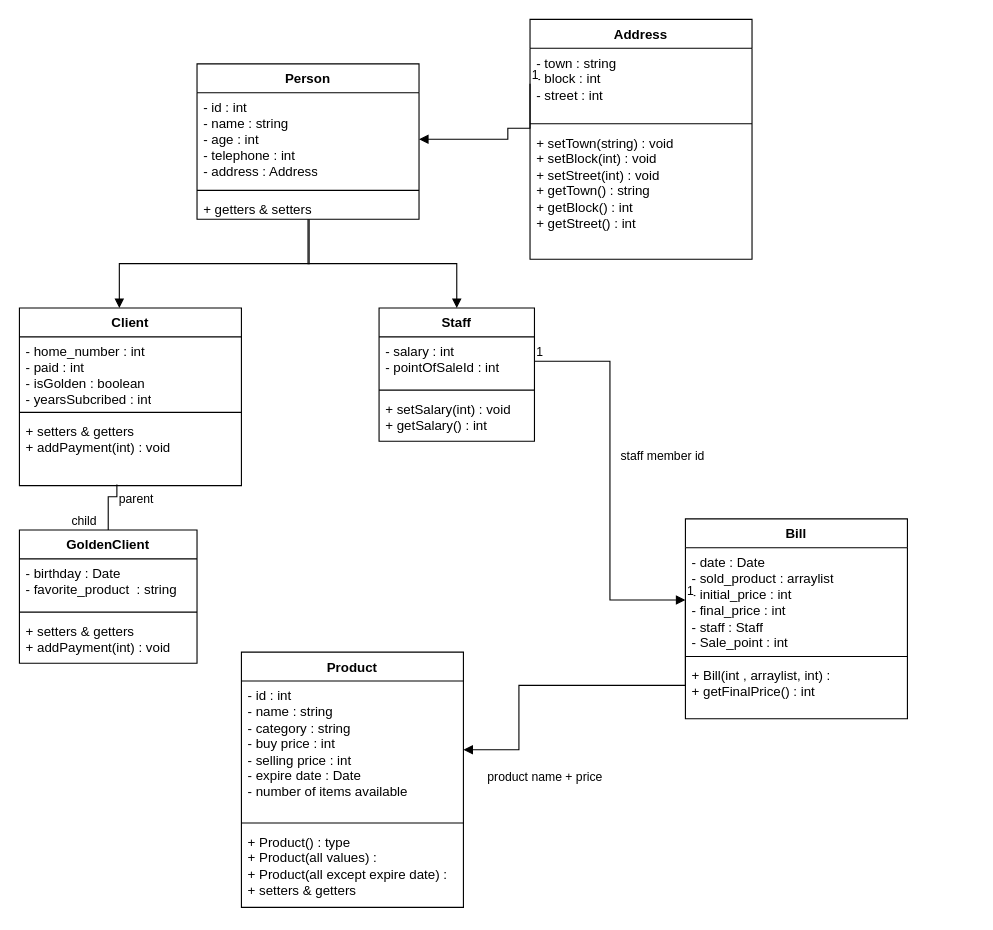
The draw.io diagram UML/supermarket-uml.drawio in DiaaAhmedHassan/SuperMarketSystem, before the edit. Source tidied: cells renumbered, new cells numbered last; positions are measured from the earlier drawing's top-left corner, leaving out a move shared by most shapes. Both pictures are drawn from the tidied source at 111%, with x=0, y=0 at pixel (19, 19).
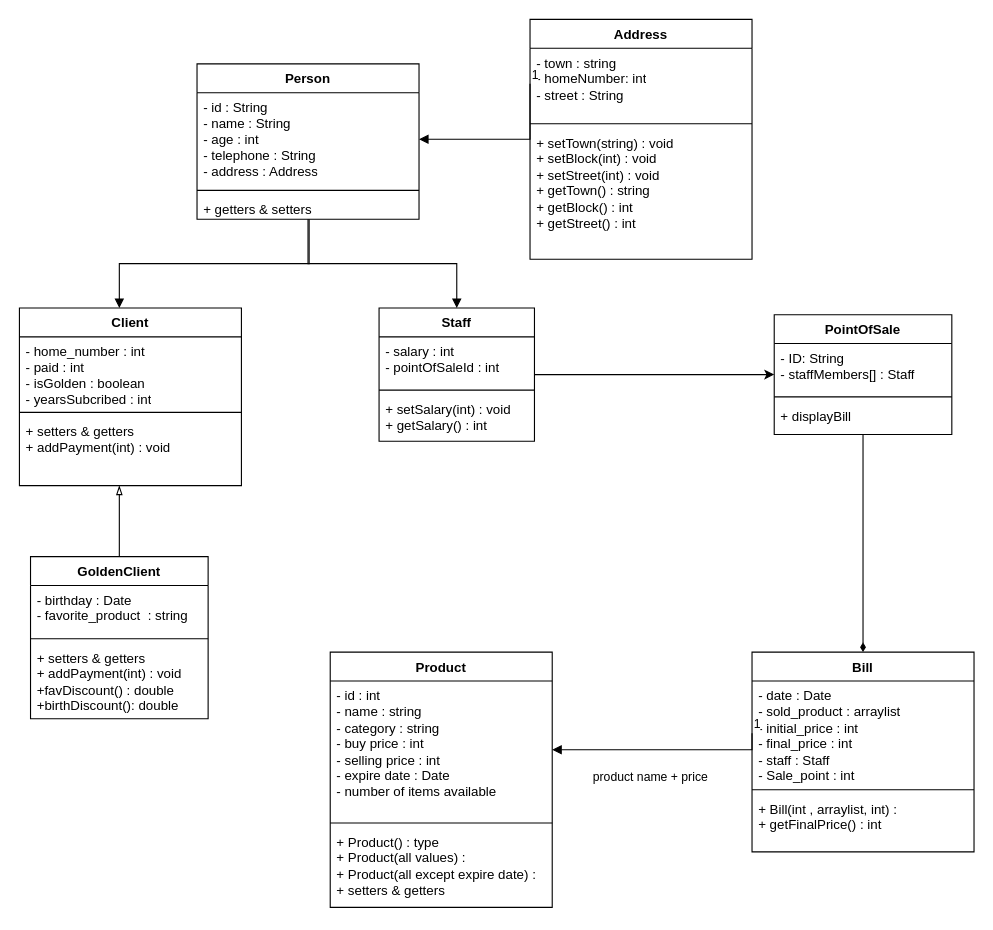
Above is the later version.

Commit message:
Update supermarket-uml by DIaa Ahmed.drawio

Unchanged cells that the change refers to:
```xml
<mxCell id="3" value="- id : int&lt;br&gt;- name : string&lt;br&gt;- category : string&lt;br&gt;- buy price : int&lt;br&gt;- selling price : int&lt;br&gt;- expire date : Date&lt;br&gt;- number of items available&amp;nbsp;" style="text;strokeColor=none;fillColor=none;align=left;verticalAlign=top;spacingLeft=4;spacingRight=4;overflow=hidden;points=[[0,0.5],[1,0.5]];portConstraint=eastwest;whiteSpace=wrap;html=1;" parent="2" vertex="1">
  <mxGeometry y="26" width="200" height="124" as="geometry" />
</mxCell>
<mxCell id="9" value="+ setters &amp;amp; getters&lt;br&gt;+ addPayment(int) : void" style="text;strokeColor=none;fillColor=none;align=left;verticalAlign=top;spacingLeft=4;spacingRight=4;overflow=hidden;points=[[0,0.5],[1,0.5]];portConstraint=eastwest;whiteSpace=wrap;html=1;" parent="6" vertex="1">
  <mxGeometry y="98" width="200" height="62" as="geometry" />
</mxCell>
<mxCell id="10" value="Address" style="swimlane;fontStyle=1;align=center;verticalAlign=top;horizontal=1;startSize=26;whiteSpace=wrap;html=1;" parent="1" vertex="1">
  <mxGeometry x="460" width="200" height="216" as="geometry" />
</mxCell>
<mxCell id="24" value="- date : Date&lt;br&gt;- sold_product : arraylist&lt;br&gt;- initial_price : int&lt;br&gt;- final_price : int&lt;br&gt;- staff : Staff&lt;br&gt;- Sale_point : int" style="text;strokeColor=none;fillColor=none;align=left;verticalAlign=top;spacingLeft=4;spacingRight=4;overflow=hidden;points=[[0,0.5],[1,0.5]];portConstraint=eastwest;whiteSpace=wrap;html=1;" parent="23" vertex="1">
  <mxGeometry y="26" width="200" height="94" as="geometry" />
</mxCell>
<mxCell id="27" value="Staff" style="swimlane;fontStyle=1;align=center;verticalAlign=top;horizontal=1;startSize=26;whiteSpace=wrap;html=1;" parent="1" vertex="1">
  <mxGeometry x="324" y="260" width="140" height="120" as="geometry" />
</mxCell>
<mxCell id="28" value="- salary : int&lt;br&gt;- pointOfSaleId : int" style="text;strokeColor=none;fillColor=none;align=left;verticalAlign=top;spacingLeft=4;spacingRight=4;overflow=hidden;points=[[0,0.5],[1,0.5]];portConstraint=eastwest;whiteSpace=wrap;html=1;" parent="27" vertex="1">
  <mxGeometry y="26" width="140" height="44" as="geometry" />
</mxCell>
<mxCell id="31" value="Person" style="swimlane;fontStyle=1;align=center;verticalAlign=top;horizontal=1;startSize=26;whiteSpace=wrap;html=1;" parent="1" vertex="1">
  <mxGeometry x="160" y="40" width="200" height="140" as="geometry" />
</mxCell>
```

Change to the diagram source:
```diff
@@
     <mxCell id="2" value="Product" style="swimlane;fontStyle=1;align=center;verticalAlign=top;horizontal=1;startSize=26;whiteSpace=wrap;html=1;" parent="1" vertex="1">
-      <mxGeometry x="200" y="570" width="200" height="230" as="geometry" />
+      <mxGeometry x="280" y="570" width="200" height="230" as="geometry" />
     </mxCell>
@@
-    <mxCell id="11" value="- town : string&lt;br&gt;- block : int&lt;br&gt;- street : int" style="text;strokeColor=none;fillColor=none;align=left;verticalAlign=top;spacingLeft=4;spacingRight=4;overflow=hidden;points=[[0,0.5],[1,0.5]];portConstraint=eastwest;whiteSpace=wrap;html=1;" parent="10" vertex="1">
+    <mxCell id="11" value="- town : string&lt;br&gt;- homeNumber: int&lt;br&gt;- street : String" style="text;strokeColor=none;fillColor=none;align=left;verticalAlign=top;spacingLeft=4;spacingRight=4;overflow=hidden;points=[[0,0.5],[1,0.5]];portConstraint=eastwest;whiteSpace=wrap;html=1;" parent="10" vertex="1">
       <mxGeometry y="26" width="200" height="64" as="geometry" />
     </mxCell>
@@
     <mxCell id="14" style="endArrow=block;endFill=1;html=1;edgeStyle=orthogonalEdgeStyle;align=left;verticalAlign=top;rounded=0;exitX=0;exitY=0.5;exitDx=0;exitDy=0;entryX=1;entryY=0.5;entryDx=0;entryDy=0;" parent="1" edge="1" source="11" target="32">
       <mxGeometry x="0.64" y="-18" relative="1" as="geometry">
         <Array as="points">
-          <mxPoint x="440" y="98" />
-          <mxPoint x="440" y="108" />
+          <mxPoint x="460" y="108" />
         </Array>
       </mxGeometry>
     </mxCell>
@@
     <mxCell id="16" value="GoldenClient" style="swimlane;fontStyle=1;align=center;verticalAlign=top;horizontal=1;startSize=26;whiteSpace=wrap;html=1;" parent="1" vertex="1">
-      <mxGeometry y="460" width="160" height="120" as="geometry" />
+      <mxGeometry x="10" y="484" width="160" height="146" as="geometry" />
     </mxCell>
@@
-    <mxCell id="19" value="+ setters &amp;amp; getters&lt;br&gt;+ addPayment(int) : void" style="text;strokeColor=none;fillColor=none;align=left;verticalAlign=top;spacingLeft=4;spacingRight=4;overflow=hidden;whiteSpace=wrap;html=1;" parent="16" vertex="1">
-      <mxGeometry y="78" width="160" height="42" as="geometry" />
+    <mxCell id="19" value="+ setters &amp;amp; getters&lt;br&gt;+ addPayment(int) : void&lt;br&gt;+favDiscount() : double&lt;br&gt;+birthDiscount(): double" style="text;strokeColor=none;fillColor=none;align=left;verticalAlign=top;spacingLeft=4;spacingRight=4;overflow=hidden;whiteSpace=wrap;html=1;" parent="16" vertex="1">
+      <mxGeometry y="78" width="160" height="68" as="geometry" />
     </mxCell>
-    <mxCell id="20" style="endArrow=none;html=1;edgeStyle=orthogonalEdgeStyle;rounded=0;exitX=0.439;exitY=0.985;exitDx=0;exitDy=0;exitPerimeter=0;entryX=0.5;entryY=0;entryDx=0;entryDy=0;" parent="1" edge="1" source="9" target="16">
+    <mxCell id="20" style="endArrow=blockThin;html=1;edgeStyle=orthogonalEdgeStyle;rounded=0;entryX=0.5;entryY=0;entryDx=0;entryDy=0;endFill=0;exitX=0.5;exitY=0;exitDx=0;exitDy=0;" parent="1" edge="1" source="16">
       <mxGeometry relative="1" as="geometry">
+        <mxPoint x="90" y="420" as="targetPoint" />
         <Array as="points">
-          <mxPoint x="88" y="430" />
-          <mxPoint x="80" y="430" />
+          <mxPoint x="90" y="419" />
         </Array>
       </mxGeometry>
     </mxCell>
-    <mxCell id="21" value="parent" style="edgeLabel;html=1;align=left;verticalAlign=bottom;" parent="20" vertex="1">
-      <mxGeometry x="-1" relative="1" as="geometry">
-        <mxPoint y="21" as="offset" />
-      </mxGeometry>
-    </mxCell>
-    <mxCell id="22" value="child" style="edgeLabel;html=1;align=right;verticalAlign=bottom;" parent="20" vertex="1">
-      <mxGeometry x="1" relative="1" as="geometry">
-        <mxPoint x="-10" as="offset" />
-      </mxGeometry>
-    </mxCell>
     <mxCell id="23" value="Bill" style="swimlane;fontStyle=1;align=center;verticalAlign=top;horizontal=1;startSize=26;whiteSpace=wrap;html=1;" parent="1" vertex="1">
-      <mxGeometry x="600" y="450" width="200" height="180" as="geometry" />
+      <mxGeometry x="660" y="570" width="200" height="180" as="geometry" />
     </mxCell>
@@
+    <mxCell id="41" style="edgeStyle=orthogonalEdgeStyle;rounded=0;jettySize=auto;html=1;entryX=0;entryY=0.636;entryDx=0;entryDy=0;entryPerimeter=0;" parent="1" edge="1" source="27" target="43">
+      <mxGeometry relative="1" as="geometry" />
+    </mxCell>
@@
-    <mxCell id="32" value="- id : int&lt;br&gt;- name : string&lt;br&gt;- age : int&lt;br&gt;- telephone : int&lt;br&gt;- address : Address" style="text;strokeColor=none;fillColor=none;align=left;verticalAlign=top;spacingLeft=4;spacingRight=4;overflow=hidden;points=[[0,0.5],[1,0.5]];portConstraint=eastwest;whiteSpace=wrap;html=1;" parent="31" vertex="1">
+    <mxCell id="32" value="- id : String&lt;br&gt;- name : String&lt;br&gt;- age : int&lt;br&gt;- telephone : String&lt;br&gt;- address : Address" style="text;strokeColor=none;fillColor=none;align=left;verticalAlign=top;spacingLeft=4;spacingRight=4;overflow=hidden;points=[[0,0.5],[1,0.5]];portConstraint=eastwest;whiteSpace=wrap;html=1;" parent="31" vertex="1">
       <mxGeometry y="26" width="200" height="84" as="geometry" />
     </mxCell>
@@
     <mxCell id="37" value="product name + price" style="endArrow=block;endFill=1;html=1;edgeStyle=orthogonalEdgeStyle;align=left;verticalAlign=top;rounded=0;entryX=1;entryY=0.5;entryDx=0;entryDy=0;exitX=0;exitY=0.5;exitDx=0;exitDy=0;" parent="1" edge="1" source="24" target="3">
-      <mxGeometry x="0.88" y="12" relative="1" as="geometry">
+      <mxGeometry x="0.63" y="12" relative="1" as="geometry">
         <Array as="points">
-          <mxPoint x="600" y="600" />
-          <mxPoint x="450" y="600" />
-          <mxPoint x="450" y="658" />
+          <mxPoint x="660" y="658" />
         </Array>
+        <mxPoint x="-1" as="offset" />
       </mxGeometry>
     </mxCell>
@@
-    <mxCell id="39" value="staff member id" style="endArrow=block;endFill=1;html=1;edgeStyle=orthogonalEdgeStyle;align=left;verticalAlign=top;rounded=0;exitX=1;exitY=0.5;exitDx=0;exitDy=0;entryX=0;entryY=0.5;entryDx=0;entryDy=0;" parent="1" edge="1" source="28" target="24">
-      <mxGeometry x="-0.2" y="8" relative="1" as="geometry" />
-    </mxCell>
-    <mxCell id="40" value="1" style="edgeLabel;html=1;align=left;verticalAlign=bottom;" parent="39" vertex="1">
-      <mxGeometry x="-1" relative="1" as="geometry" />
-    </mxCell>
+    <mxCell id="42" value="PointOfSale" style="swimlane;fontStyle=1;align=center;verticalAlign=top;horizontal=1;startSize=26;whiteSpace=wrap;html=1;" parent="1" vertex="1">
+      <mxGeometry x="680" y="266" width="160" height="108" as="geometry" />
+    </mxCell>
+    <mxCell id="43" value="- ID: String&lt;br&gt;- staffMembers[] : Staff" style="text;strokeColor=none;fillColor=none;align=left;verticalAlign=top;spacingLeft=4;spacingRight=4;overflow=hidden;points=[[0,0.5],[1,0.5]];portConstraint=eastwest;whiteSpace=wrap;html=1;" parent="42" vertex="1">
+      <mxGeometry y="26" width="160" height="44" as="geometry" />
+    </mxCell>
+    <mxCell id="44" style="line;strokeWidth=1;fillColor=none;align=left;verticalAlign=middle;spacingTop=-1;spacingLeft=3;spacingRight=3;labelPosition=right;strokeColor=inherit;" parent="42" vertex="1">
+      <mxGeometry y="70" width="160" height="8" as="geometry" />
+    </mxCell>
+    <mxCell id="45" value="+ displayBill" style="text;strokeColor=none;fillColor=none;align=left;verticalAlign=top;spacingLeft=4;spacingRight=4;overflow=hidden;points=[[0,0.5],[1,0.5]];portConstraint=eastwest;whiteSpace=wrap;html=1;" parent="42" vertex="1">
+      <mxGeometry y="78" width="160" height="30" as="geometry" />
+    </mxCell>
+    <mxCell id="46" style="edgeStyle=orthogonalEdgeStyle;rounded=0;jettySize=auto;html=1;endArrow=diamondThin;endFill=1;" parent="1" edge="1" source="45" target="23">
+      <mxGeometry relative="1" as="geometry">
+        <Array as="points">
+          <mxPoint x="760" y="480" />
+          <mxPoint x="760" y="480" />
+        </Array>
+      </mxGeometry>
+    </mxCell>
```
